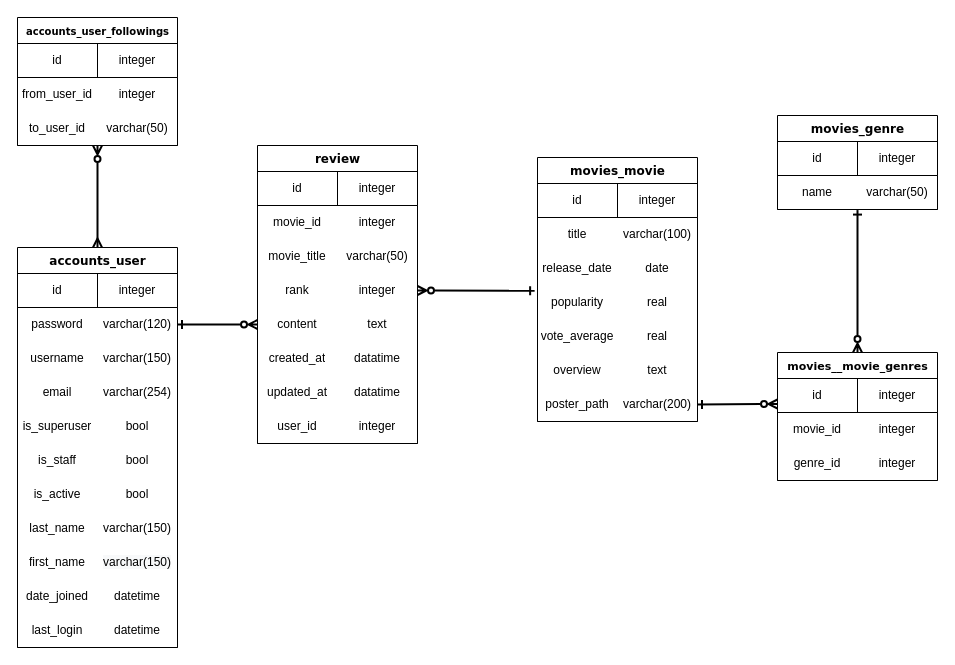
Before: 제목 없는 다이어그램.drawio in cjfal2/fin_yukim, a draw.io diagram. Source tidied: cells renumbered, new cells numbered last; positions are measured from the earlier drawing's top-left corner, leaving out a move shared by most shapes. Both pictures are drawn from the tidied source at 100%, with x=0, y=0 at pixel (17, 17).
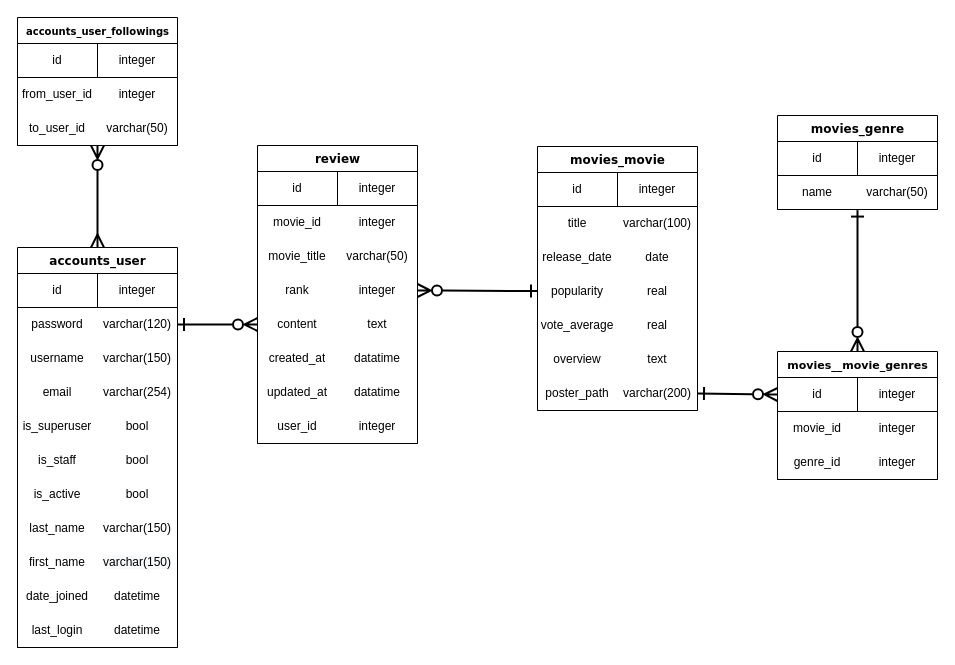
After the change.

Commit message (it also covers changes not shown here):
제목 없는 다이어그램.drawio 업데이트

The change refers to these unchanged cells:
```xml
<mxCell id="15" style="shape=tableRow;horizontal=0;startSize=0;swimlaneHead=0;swimlaneBody=0;top=0;left=0;bottom=0;right=0;fillColor=none;points=[[0,0.5],[1,0.5]];portConstraint=eastwest;rounded=0;" parent="8" vertex="1">
  <mxGeometry y="68" width="160" height="34" as="geometry" />
</mxCell>
<mxCell id="18" style="shape=tableRow;horizontal=0;startSize=0;swimlaneHead=0;swimlaneBody=0;top=0;left=0;bottom=0;right=0;fillColor=none;points=[[0,0.5],[1,0.5]];portConstraint=eastwest;rounded=0;" parent="8" vertex="1">
  <mxGeometry y="102" width="160" height="34" as="geometry" />
</mxCell>
<mxCell id="43" value="accounts_user" style="swimlane;html=1;fontStyle=1;align=center;verticalAlign=top;horizontal=1;startSize=26;swimlaneFillColor=#ffffff;rounded=0;shadow=0;comic=0;labelBackgroundColor=none;strokeWidth=1;fillColor=none;fontFamily=Verdana;fontSize=12;" parent="1" vertex="1">
  <mxGeometry y="230" width="160" height="400" as="geometry" />
</mxCell>
<mxCell id="50" style="shape=tableRow;horizontal=0;startSize=0;swimlaneHead=0;swimlaneBody=0;top=0;left=0;bottom=0;right=0;fillColor=none;points=[[0,0.5],[1,0.5]];portConstraint=eastwest;rounded=0;" parent="49" vertex="1">
  <mxGeometry width="160" height="34" as="geometry" />
</mxCell>
<mxCell id="93" style="shape=tableRow;horizontal=0;startSize=0;swimlaneHead=0;swimlaneBody=0;top=0;left=0;bottom=0;right=0;fillColor=none;points=[[0,0.5],[1,0.5]];portConstraint=eastwest;rounded=0;" parent="86" vertex="1">
  <mxGeometry y="68" width="160" height="34" as="geometry" />
</mxCell>
<mxCell id="102" style="shape=tableRow;horizontal=0;startSize=0;swimlaneHead=0;swimlaneBody=0;top=0;left=0;bottom=0;right=0;fillColor=none;points=[[0,0.5],[1,0.5]];portConstraint=eastwest;rounded=0;" parent="86" vertex="1">
  <mxGeometry y="170" width="160" height="34" as="geometry" />
</mxCell>
<mxCell id="112" style="shape=tableRow;horizontal=0;startSize=0;swimlaneHead=0;swimlaneBody=0;top=0;left=0;bottom=0;right=0;fillColor=none;points=[[0,0.5],[1,0.5]];portConstraint=eastwest;rounded=0;" parent="111" vertex="1">
  <mxGeometry width="160" height="34" as="geometry" />
</mxCell>
<mxCell id="118" style="shape=tableRow;horizontal=0;startSize=0;swimlaneHead=0;swimlaneBody=0;top=0;left=0;bottom=0;right=0;fontStyle=0;fillColor=none;strokeColor=inherit;rounded=0;" parent="116" vertex="1">
  <mxGeometry width="160" height="34" as="geometry" />
</mxCell>
```

Diff of the diagram source:
```diff
@@
     <mxCell id="80" value="movies_movie" style="swimlane;html=1;fontStyle=1;align=center;verticalAlign=top;horizontal=1;startSize=26;swimlaneFillColor=#ffffff;rounded=0;shadow=0;comic=0;labelBackgroundColor=none;strokeWidth=1;fillColor=none;fontFamily=Verdana;fontSize=12;" parent="1" vertex="1">
-      <mxGeometry x="520" y="140" width="160" height="264" as="geometry" />
+      <mxGeometry x="520" y="129" width="160" height="264" as="geometry" />
     </mxCell>
@@
     <mxCell id="115" value="&lt;font style=&quot;font-size: 11px;&quot;&gt;movies__movie_genres&lt;/font&gt;" style="swimlane;html=1;fontStyle=1;align=center;verticalAlign=top;horizontal=1;startSize=26;swimlaneFillColor=#ffffff;rounded=0;shadow=0;comic=0;labelBackgroundColor=none;strokeWidth=1;fillColor=none;fontFamily=Verdana;fontSize=12;" parent="1" vertex="1">
-      <mxGeometry x="760" y="335" width="160" height="128" as="geometry" />
+      <mxGeometry x="760" y="334" width="160" height="128" as="geometry" />
     </mxCell>
@@
-    <mxCell id="128" style="endArrow=ERmany;html=1;rounded=0;strokeColor=default;exitX=0.5;exitY=0;exitDx=0;exitDy=0;startArrow=ERzeroToMany;startFill=0;endFill=0;entryX=0.5;entryY=0;entryDx=0;entryDy=0;strokeWidth=2;" parent="1" edge="1" target="43">
+    <mxCell id="128" style="endArrow=ERmany;html=1;rounded=0;strokeColor=default;exitX=0.5;exitY=0;exitDx=0;exitDy=0;startArrow=ERzeroToMany;startFill=0;endFill=0;entryX=0.5;entryY=0;entryDx=0;entryDy=0;strokeWidth=2;endSize=10;startSize=10;" parent="1" edge="1" target="43">
       <mxGeometry relative="1" as="geometry">
         <mxPoint x="80" y="128" as="sourcePoint" />
       </mxGeometry>
     </mxCell>
-    <mxCell id="129" style="endArrow=ERone;html=1;rounded=0;strokeColor=default;strokeWidth=2;entryX=-0.018;entryY=0.155;entryDx=0;entryDy=0;entryPerimeter=0;exitX=1;exitY=0.5;exitDx=0;exitDy=0;startArrow=ERzeroToMany;startFill=0;endFill=0;" parent="1" edge="1" source="15" target="93">
+    <mxCell id="129" style="endArrow=ERone;html=1;rounded=0;strokeColor=default;strokeWidth=2;exitX=1;exitY=0.5;exitDx=0;exitDy=0;startArrow=ERzeroToMany;startFill=0;endFill=0;endSize=10;startSize=10;" parent="1" edge="1" source="15" target="93">
       <mxGeometry relative="1" as="geometry" />
     </mxCell>
-    <mxCell id="130" style="endArrow=ERzeroToMany;html=1;rounded=0;strokeColor=default;strokeWidth=2;exitX=1;exitY=0.5;exitDx=0;exitDy=0;entryX=0;entryY=0.75;entryDx=0;entryDy=0;startArrow=ERone;startFill=0;endFill=0;" parent="1" edge="1" source="102" target="118">
+    <mxCell id="130" style="endArrow=ERzeroToMany;html=1;rounded=0;strokeColor=default;strokeWidth=2;exitX=1;exitY=0.5;exitDx=0;exitDy=0;entryX=0;entryY=0.5;entryDx=0;entryDy=0;startArrow=ERone;startFill=0;endFill=0;endSize=10;startSize=10;" parent="1" edge="1" source="102" target="118">
       <mxGeometry relative="1" as="geometry" />
     </mxCell>
-    <mxCell id="131" style="endArrow=ERzeroToMany;html=1;rounded=0;strokeColor=default;strokeWidth=2;exitX=0.5;exitY=1.017;exitDx=0;exitDy=0;entryX=0.5;entryY=0;entryDx=0;entryDy=0;startArrow=ERone;startFill=0;endFill=0;exitPerimeter=0;" parent="1" edge="1" source="112" target="115">
+    <mxCell id="131" style="endArrow=ERzeroToMany;html=1;rounded=0;strokeColor=default;strokeWidth=2;exitX=0.5;exitY=1.017;exitDx=0;exitDy=0;entryX=0.5;entryY=0;entryDx=0;entryDy=0;startArrow=ERone;startFill=0;endFill=0;exitPerimeter=0;endSize=10;startSize=10;" parent="1" edge="1" source="112" target="115">
       <mxGeometry relative="1" as="geometry" />
     </mxCell>
-    <mxCell id="132" style="endArrow=ERone;html=1;rounded=0;strokeColor=default;strokeWidth=2;entryX=1;entryY=0.5;entryDx=0;entryDy=0;exitX=0;exitY=0.5;exitDx=0;exitDy=0;startArrow=ERzeroToMany;startFill=0;endFill=0;" parent="1" edge="1" source="18" target="50">
+    <mxCell id="132" style="endArrow=ERone;html=1;rounded=0;strokeColor=default;strokeWidth=2;entryX=1;entryY=0.5;entryDx=0;entryDy=0;exitX=0;exitY=0.5;exitDx=0;exitDy=0;startArrow=ERzeroToMany;startFill=0;endFill=0;endSize=10;startSize=10;" parent="1" edge="1" source="18" target="50">
       <mxGeometry relative="1" as="geometry" />
     </mxCell>
```
